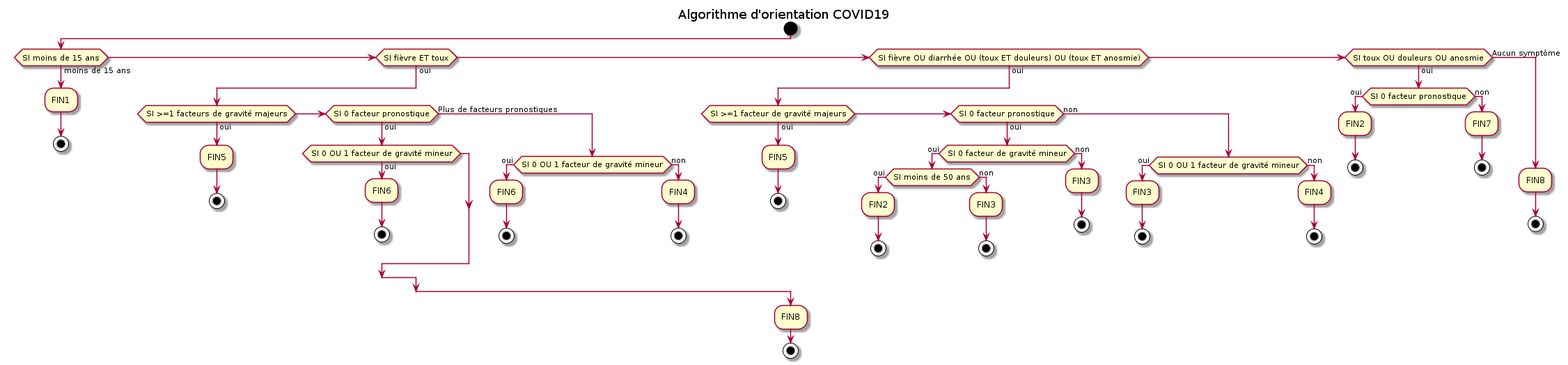
This is diagramme-algorithme-orientation-covid19.png from bzg/covid19-algorithme-orientation, a PlantUML export, as it was before one commit.
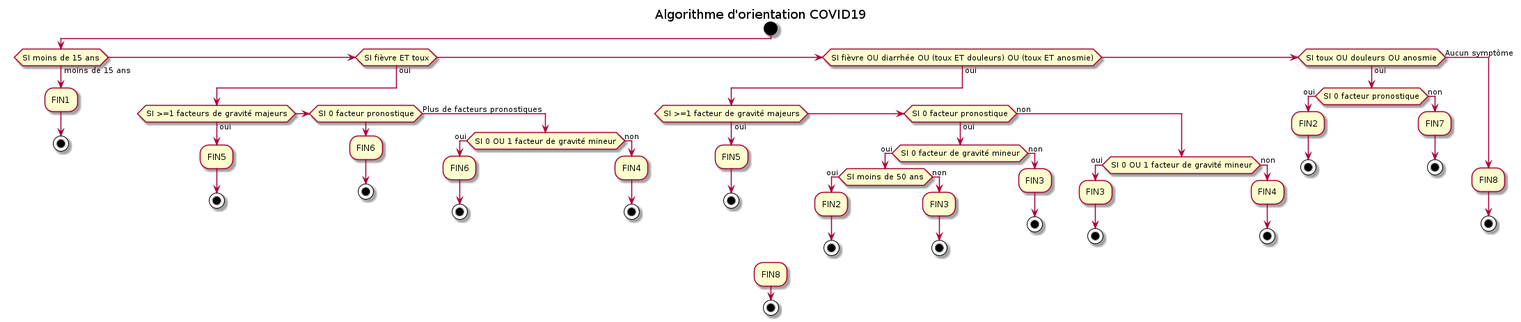
After the commit.

Commit message:
Update diagram with latest decision tree

Change to the diagram source:
```diff
@@ -11,11 +11,9 @@
        if (SI >=1 facteurs de gravité majeurs) then (oui)
           :FIN5;
           stop
-       elseif (SI 0 facteur pronostique) then (oui)
-          if (SI 0 OU 1 facteur de gravité mineur) then (oui)
-             :FIN6;
-             stop
-          endif
+       elseif (SI 0 facteur pronostique) then
+          :FIN6;
+          stop
        else (Plus de facteurs pronostiques)
           if (SI 0 OU 1 facteur de gravité mineur) then (oui)
              :FIN6;
```
